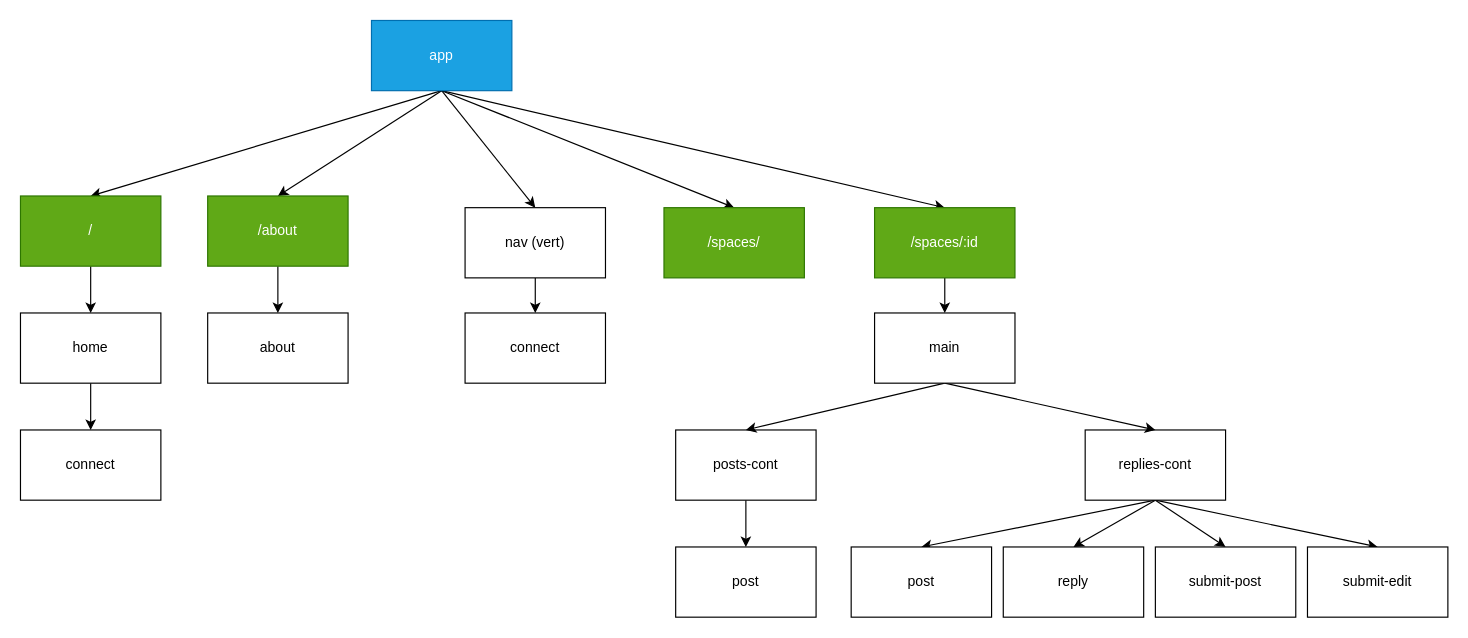
This is outline.drawio from tywenk/spaces-frontend, a draw.io file, before an edit. Source tidied: cells renumbered, new cells numbered last; positions are measured from the earlier drawing's top-left corner, leaving out a move shared by most shapes. Both pictures are drawn from the tidied source at 117%, with x=0, y=0 at pixel (20, 20).
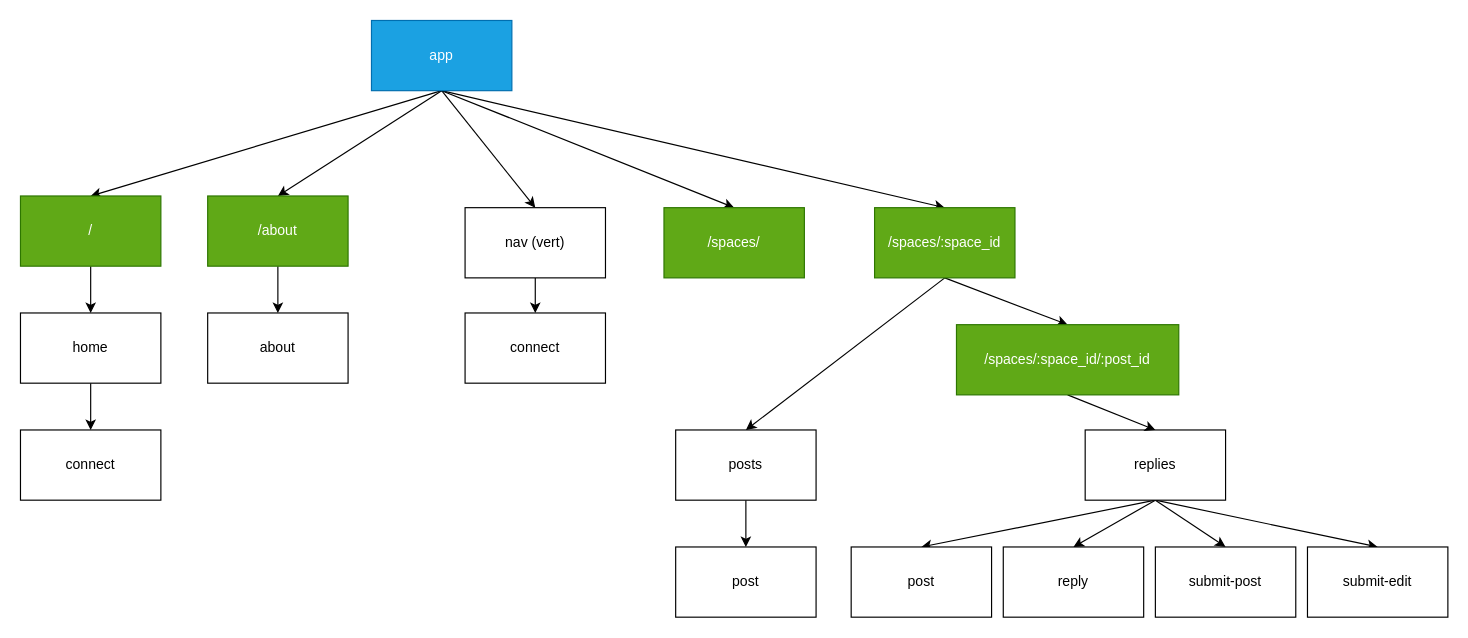
Above is the later version.

Commit message (it also covers changes not shown here):
render posts per space

What changed in the source:
```diff
@@
-    <mxCell id="11" value="posts-cont" style="rounded=0;whiteSpace=wrap;html=1;" parent="1" vertex="1">
+    <mxCell id="11" value="posts" style="rounded=0;whiteSpace=wrap;html=1;" parent="1" vertex="1">
       <mxGeometry x="560" y="350" width="120" height="60" as="geometry" />
     </mxCell>
@@
-    <mxCell id="16" value="replies-cont" style="rounded=0;whiteSpace=wrap;html=1;" parent="1" vertex="1">
+    <mxCell id="16" value="replies" style="rounded=0;whiteSpace=wrap;html=1;" parent="1" vertex="1">
       <mxGeometry x="910" y="350" width="120" height="60" as="geometry" />
     </mxCell>
-    <mxCell id="17" style="edgeStyle=none;html=1;exitX=0.5;exitY=1;exitDx=0;exitDy=0;entryX=0.5;entryY=0;entryDx=0;entryDy=0;" parent="1" edge="1" source="19" target="11">
-      <mxGeometry relative="1" as="geometry" />
-    </mxCell>
-    <mxCell id="18" style="edgeStyle=none;html=1;exitX=0.5;exitY=1;exitDx=0;exitDy=0;entryX=0.5;entryY=0;entryDx=0;entryDy=0;" parent="1" edge="1" source="19" target="16">
-      <mxGeometry relative="1" as="geometry" />
-    </mxCell>
-    <mxCell id="19" value="main" style="rounded=0;whiteSpace=wrap;html=1;" parent="1" vertex="1">
-      <mxGeometry x="730" y="250" width="120" height="60" as="geometry" />
-    </mxCell>
@@
-    <mxCell id="30" style="edgeStyle=none;html=1;exitX=0.5;exitY=1;exitDx=0;exitDy=0;entryX=0.5;entryY=0;entryDx=0;entryDy=0;" parent="1" edge="1" source="31" target="19">
+    <mxCell id="30" style="edgeStyle=none;html=1;exitX=0.5;exitY=1;exitDx=0;exitDy=0;entryX=0.5;entryY=0;entryDx=0;entryDy=0;" parent="1" edge="1" source="31" target="11">
       <mxGeometry relative="1" as="geometry" />
     </mxCell>
+    <mxCell id="37" style="edgeStyle=none;html=1;exitX=0.5;exitY=1;exitDx=0;exitDy=0;entryX=0.5;entryY=0;entryDx=0;entryDy=0;" parent="1" edge="1" source="31" target="39">
+      <mxGeometry relative="1" as="geometry" />
+    </mxCell>
-    <mxCell id="31" value="/spaces/:id" style="rounded=0;whiteSpace=wrap;html=1;fillColor=#60a917;fontColor=#ffffff;strokeColor=#2D7600;" parent="1" vertex="1">
+    <mxCell id="31" value="/spaces/:space_id" style="rounded=0;whiteSpace=wrap;html=1;fillColor=#60a917;fontColor=#ffffff;strokeColor=#2D7600;" parent="1" vertex="1">
       <mxGeometry x="730" y="160" width="120" height="60" as="geometry" />
     </mxCell>
@@
+    <mxCell id="38" style="edgeStyle=none;html=1;exitX=0.5;exitY=1;exitDx=0;exitDy=0;entryX=0.5;entryY=0;entryDx=0;entryDy=0;" parent="1" edge="1" source="39" target="16">
+      <mxGeometry relative="1" as="geometry" />
+    </mxCell>
+    <mxCell id="39" value="/spaces/:space_id/:post_id" style="rounded=0;whiteSpace=wrap;html=1;fillColor=#60a917;fontColor=#ffffff;strokeColor=#2D7600;" parent="1" vertex="1">
+      <mxGeometry x="800" y="260" width="190" height="60" as="geometry" />
+    </mxCell>
```
